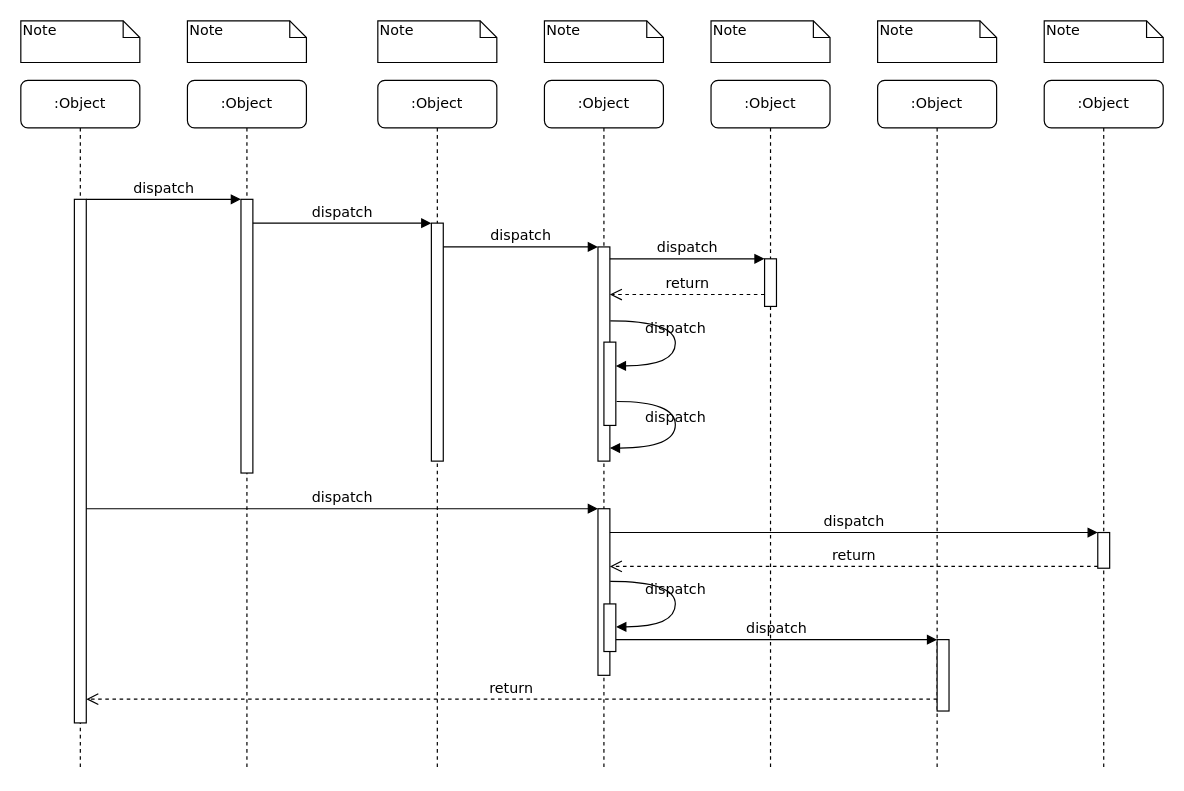
xiechuxi/Memorophila_computing keeps this draw.io diagram as Untitled Diagram.drawio. Above is the earlier version. Source tidied: cells renumbered, new cells numbered last; positions are measured from the earlier drawing's top-left corner, leaving out a move shared by most shapes. Both pictures are drawn from the tidied source at 119%, with x=0, y=0 at pixel (20, 20).
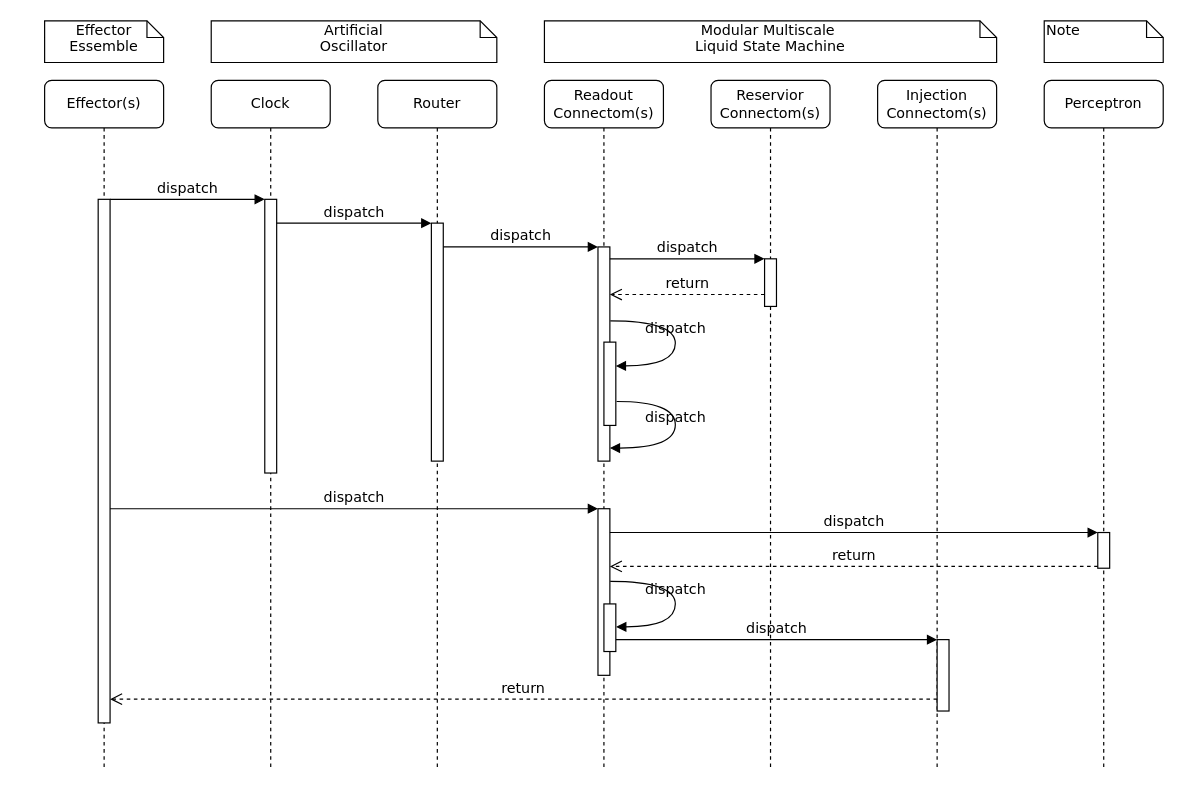
Above is the later version.

The edit, as a diff of the source:
```diff
@@
-    <mxCell id="2" value=":Object" style="shape=umlLifeline;perimeter=lifelinePerimeter;whiteSpace=wrap;html=1;rounded=1;shadow=0;comic=0;labelBackgroundColor=none;strokeWidth=1;fontFamily=Verdana;fontSize=12;align=center;" parent="1" vertex="1">
-      <mxGeometry x="140" y="50" width="100" height="580" as="geometry" />
+    <mxCell id="2" value="Clock" style="shape=umlLifeline;perimeter=lifelinePerimeter;whiteSpace=wrap;html=1;rounded=1;shadow=0;comic=0;labelBackgroundColor=none;strokeWidth=1;fontFamily=Verdana;fontSize=12;align=center;" parent="1" vertex="1">
+      <mxGeometry x="160" y="50" width="100" height="580" as="geometry" />
     </mxCell>
@@
-    <mxCell id="4" value=":Object" style="shape=umlLifeline;perimeter=lifelinePerimeter;whiteSpace=wrap;html=1;rounded=1;shadow=0;comic=0;labelBackgroundColor=none;strokeWidth=1;fontFamily=Verdana;fontSize=12;align=center;" parent="1" vertex="1">
+    <mxCell id="4" value="Router" style="shape=umlLifeline;perimeter=lifelinePerimeter;whiteSpace=wrap;html=1;rounded=1;shadow=0;comic=0;labelBackgroundColor=none;strokeWidth=1;fontFamily=Verdana;fontSize=12;align=center;" parent="1" vertex="1">
       <mxGeometry x="300" y="50" width="100" height="580" as="geometry" />
     </mxCell>
@@
-    <mxCell id="6" value=":Object" style="shape=umlLifeline;perimeter=lifelinePerimeter;whiteSpace=wrap;html=1;rounded=1;shadow=0;comic=0;labelBackgroundColor=none;strokeWidth=1;fontFamily=Verdana;fontSize=12;align=center;" parent="1" vertex="1">
+    <mxCell id="6" value="Readout Connectom(s)" style="shape=umlLifeline;perimeter=lifelinePerimeter;whiteSpace=wrap;html=1;rounded=1;shadow=0;comic=0;labelBackgroundColor=none;strokeWidth=1;fontFamily=Verdana;fontSize=12;align=center;" parent="1" vertex="1">
       <mxGeometry x="440" y="50" width="100" height="580" as="geometry" />
     </mxCell>
-    <mxCell id="7" value=":Object" style="shape=umlLifeline;perimeter=lifelinePerimeter;whiteSpace=wrap;html=1;rounded=1;shadow=0;comic=0;labelBackgroundColor=none;strokeWidth=1;fontFamily=Verdana;fontSize=12;align=center;" parent="1" vertex="1">
+    <mxCell id="7" value="Reservior Connectom(s)" style="shape=umlLifeline;perimeter=lifelinePerimeter;whiteSpace=wrap;html=1;rounded=1;shadow=0;comic=0;labelBackgroundColor=none;strokeWidth=1;fontFamily=Verdana;fontSize=12;align=center;" parent="1" vertex="1">
       <mxGeometry x="580" y="50" width="100" height="580" as="geometry" />
     </mxCell>
-    <mxCell id="8" value=":Object" style="shape=umlLifeline;perimeter=lifelinePerimeter;whiteSpace=wrap;html=1;rounded=1;shadow=0;comic=0;labelBackgroundColor=none;strokeWidth=1;fontFamily=Verdana;fontSize=12;align=center;" parent="1" vertex="1">
+    <mxCell id="8" value="Injection&lt;div&gt;Connectom(s)&lt;/div&gt;" style="shape=umlLifeline;perimeter=lifelinePerimeter;whiteSpace=wrap;html=1;rounded=1;shadow=0;comic=0;labelBackgroundColor=none;strokeWidth=1;fontFamily=Verdana;fontSize=12;align=center;" parent="1" vertex="1">
       <mxGeometry x="720" y="50" width="100" height="580" as="geometry" />
     </mxCell>
-    <mxCell id="9" value=":Object" style="shape=umlLifeline;perimeter=lifelinePerimeter;whiteSpace=wrap;html=1;rounded=1;shadow=0;comic=0;labelBackgroundColor=none;strokeWidth=1;fontFamily=Verdana;fontSize=12;align=center;" parent="1" vertex="1">
+    <mxCell id="9" value="Perceptron" style="shape=umlLifeline;perimeter=lifelinePerimeter;whiteSpace=wrap;html=1;rounded=1;shadow=0;comic=0;labelBackgroundColor=none;strokeWidth=1;fontFamily=Verdana;fontSize=12;align=center;" parent="1" vertex="1">
       <mxGeometry x="860" y="50" width="100" height="580" as="geometry" />
     </mxCell>
-    <mxCell id="10" value=":Object" style="shape=umlLifeline;perimeter=lifelinePerimeter;whiteSpace=wrap;html=1;rounded=1;shadow=0;comic=0;labelBackgroundColor=none;strokeWidth=1;fontFamily=Verdana;fontSize=12;align=center;" parent="1" vertex="1">
-      <mxGeometry y="50" width="100" height="580" as="geometry" />
+    <mxCell id="10" value="Effector(s)" style="shape=umlLifeline;perimeter=lifelinePerimeter;whiteSpace=wrap;html=1;rounded=1;shadow=0;comic=0;labelBackgroundColor=none;strokeWidth=1;fontFamily=Verdana;fontSize=12;align=center;" parent="1" vertex="1">
+      <mxGeometry x="20" y="50" width="100" height="580" as="geometry" />
     </mxCell>
@@
-    <mxCell id="32" value="Note" style="shape=note;whiteSpace=wrap;html=1;size=14;verticalAlign=top;align=left;spacingTop=-6;rounded=0;shadow=0;comic=0;labelBackgroundColor=none;strokeWidth=1;fontFamily=Verdana;fontSize=12;" parent="1" vertex="1">
-      <mxGeometry width="100" height="35" as="geometry" />
+    <mxCell id="32" value="Effector&lt;div&gt;Essemble&lt;/div&gt;" style="shape=note;whiteSpace=wrap;html=1;size=14;verticalAlign=top;align=center;spacingTop=-6;rounded=0;shadow=0;comic=0;labelBackgroundColor=none;strokeWidth=1;fontFamily=Verdana;fontSize=12;" parent="1" vertex="1">
+      <mxGeometry x="20" width="100" height="35" as="geometry" />
     </mxCell>
-    <mxCell id="33" value="Note" style="shape=note;whiteSpace=wrap;html=1;size=14;verticalAlign=top;align=left;spacingTop=-6;rounded=0;shadow=0;comic=0;labelBackgroundColor=none;strokeWidth=1;fontFamily=Verdana;fontSize=12;" parent="1" vertex="1">
-      <mxGeometry x="140" width="100" height="35" as="geometry" />
-    </mxCell>
-    <mxCell id="34" value="Note" style="shape=note;whiteSpace=wrap;html=1;size=14;verticalAlign=top;align=left;spacingTop=-6;rounded=0;shadow=0;comic=0;labelBackgroundColor=none;strokeWidth=1;fontFamily=Verdana;fontSize=12;" parent="1" vertex="1">
-      <mxGeometry x="300" width="100" height="35" as="geometry" />
+    <mxCell id="34" value="Artificial&lt;div&gt;Oscillator&lt;/div&gt;" style="shape=note;whiteSpace=wrap;html=1;size=14;verticalAlign=top;align=center;spacingTop=-6;rounded=0;shadow=0;comic=0;labelBackgroundColor=none;strokeWidth=1;fontFamily=Verdana;fontSize=12;" parent="1" vertex="1">
+      <mxGeometry x="160" width="240" height="35" as="geometry" />
     </mxCell>
-    <mxCell id="35" value="Note" style="shape=note;whiteSpace=wrap;html=1;size=14;verticalAlign=top;align=left;spacingTop=-6;rounded=0;shadow=0;comic=0;labelBackgroundColor=none;strokeWidth=1;fontFamily=Verdana;fontSize=12;" parent="1" vertex="1">
-      <mxGeometry x="440" width="100" height="35" as="geometry" />
+    <mxCell id="35" value="&lt;div&gt;Modular Multiscale&amp;nbsp;&lt;/div&gt;&lt;div&gt;Liquid State Machine&lt;/div&gt;&lt;div&gt;&lt;br&gt;&lt;/div&gt;" style="shape=note;whiteSpace=wrap;html=1;size=14;verticalAlign=top;align=center;spacingTop=-6;rounded=0;shadow=0;comic=0;labelBackgroundColor=none;strokeWidth=1;fontFamily=Verdana;fontSize=12;" parent="1" vertex="1">
+      <mxGeometry x="440" width="380" height="35" as="geometry" />
     </mxCell>
-    <mxCell id="36" value="Note" style="shape=note;whiteSpace=wrap;html=1;size=14;verticalAlign=top;align=left;spacingTop=-6;rounded=0;shadow=0;comic=0;labelBackgroundColor=none;strokeWidth=1;fontFamily=Verdana;fontSize=12;" parent="1" vertex="1">
-      <mxGeometry x="580" width="100" height="35" as="geometry" />
-    </mxCell>
-    <mxCell id="37" value="Note" style="shape=note;whiteSpace=wrap;html=1;size=14;verticalAlign=top;align=left;spacingTop=-6;rounded=0;shadow=0;comic=0;labelBackgroundColor=none;strokeWidth=1;fontFamily=Verdana;fontSize=12;" parent="1" vertex="1">
-      <mxGeometry x="720" width="100" height="35" as="geometry" />
-    </mxCell>
```
